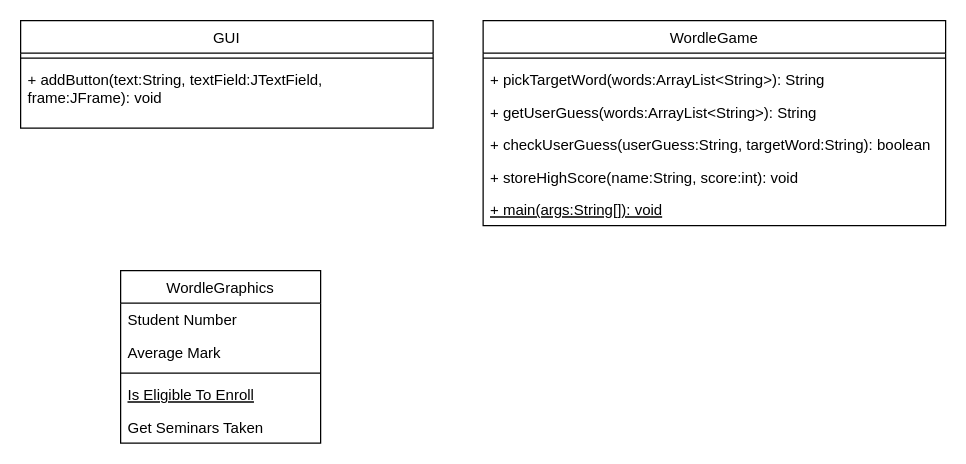
Earlier version of the draw.io diagram Wordle++ UML Diagram.drawio (drewdezco/Wordle). Source tidied: cells renumbered, new cells numbered last; positions are measured from the earlier drawing's top-left corner, leaving out a move shared by most shapes. Both pictures are drawn from the tidied source at 125%, with x=0, y=0 at pixel (20, 20).
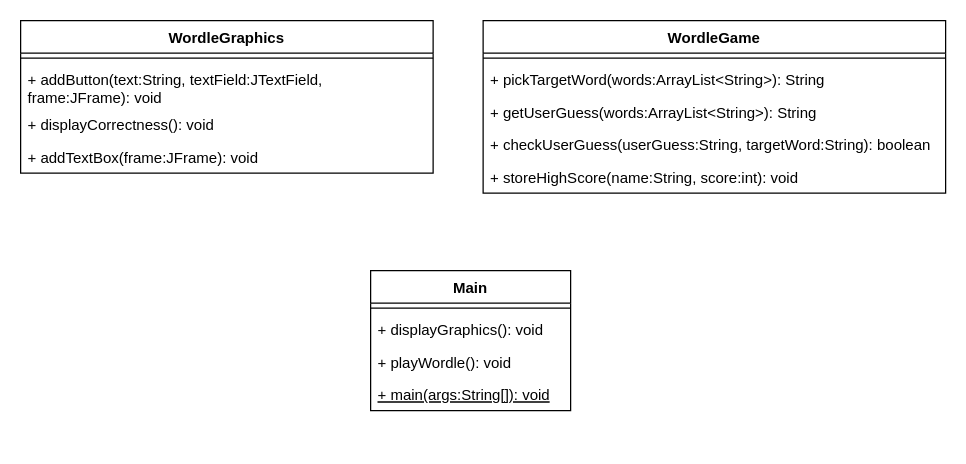
The same page after the edit.

Commit message:
Made changes to UML Diagram: added Main class and methods under WordleGraphics class based on Sarah's outline.

What changed in the source:
```diff
@@
 <mxGraphModel>
   <root>
     <mxCell id="0" />
     <mxCell id="1" parent="0" />
-    <mxCell id="2" value="WordleGraphics" style="swimlane;fontStyle=0;align=center;verticalAlign=top;horizontal=1;startSize=26;rounded=0;shadow=0;strokeWidth=1;" parent="1" vertex="1">
-      <mxGeometry x="80" y="200" width="160" height="138" as="geometry" />
-    </mxCell>
-    <mxCell id="3" value="Student Number" style="text;align=left;verticalAlign=top;spacingLeft=4;spacingRight=4;overflow=hidden;" parent="2" vertex="1">
-      <mxGeometry y="26" width="160" height="26" as="geometry" />
-    </mxCell>
-    <mxCell id="4" value="Average Mark" style="text;align=left;verticalAlign=top;spacingLeft=4;spacingRight=4;overflow=hidden;rounded=0;shadow=0;html=0;" parent="2" vertex="1">
-      <mxGeometry y="52" width="160" height="26" as="geometry" />
-    </mxCell>
-    <mxCell id="5" style="line;html=1;strokeWidth=1;align=left;verticalAlign=middle;spacingTop=-1;spacingLeft=3;spacingRight=3;labelPosition=right;" parent="2" vertex="1">
-      <mxGeometry y="78" width="160" height="8" as="geometry" />
-    </mxCell>
-    <mxCell id="6" value="Is Eligible To Enroll" style="text;align=left;verticalAlign=top;spacingLeft=4;spacingRight=4;overflow=hidden;fontStyle=4;" parent="2" vertex="1">
-      <mxGeometry y="86" width="160" height="26" as="geometry" />
-    </mxCell>
-    <mxCell id="7" value="Get Seminars Taken" style="text;align=left;verticalAlign=top;spacingLeft=4;spacingRight=4;overflow=hidden;" parent="2" vertex="1">
-      <mxGeometry y="112" width="160" height="26" as="geometry" />
-    </mxCell>
-    <mxCell id="8" value="GUI" style="swimlane;fontStyle=0;align=center;verticalAlign=top;horizontal=1;startSize=26;rounded=0;shadow=0;strokeWidth=1;" parent="1" vertex="1">
-      <mxGeometry width="330" height="86" as="geometry" />
+    <mxCell id="8" value="WordleGraphics" style="swimlane;fontStyle=1;align=center;verticalAlign=top;horizontal=1;startSize=26;rounded=0;shadow=0;strokeWidth=1;" parent="1" vertex="1">
+      <mxGeometry width="330" height="122" as="geometry" />
     </mxCell>
     <mxCell id="9" style="line;html=1;strokeWidth=1;align=left;verticalAlign=middle;spacingTop=-1;spacingLeft=3;spacingRight=3;labelPosition=right;" parent="8" vertex="1">
       <mxGeometry y="26" width="330" height="8" as="geometry" />
     </mxCell>
     <mxCell id="10" value="+ addButton(text:String, textField:JTextField,&#10;frame:JFrame): void" style="text;strokeColor=none;fillColor=none;align=left;verticalAlign=top;spacingLeft=4;spacingRight=4;overflow=hidden;" parent="8" vertex="1">
       <mxGeometry y="34" width="330" height="36" as="geometry" />
     </mxCell>
+    <mxCell id="18" value="+ displayCorrectness(): void" style="text;strokeColor=none;fillColor=none;align=left;verticalAlign=top;spacingLeft=4;spacingRight=4;overflow=hidden;" parent="8" vertex="1">
+      <mxGeometry y="70" width="330" height="26" as="geometry" />
+    </mxCell>
+    <mxCell id="19" value="+ addTextBox(frame:JFrame): void" style="text;strokeColor=none;fillColor=none;align=left;verticalAlign=top;spacingLeft=4;spacingRight=4;overflow=hidden;" parent="8" vertex="1">
+      <mxGeometry y="96" width="330" height="26" as="geometry" />
+    </mxCell>
-    <mxCell id="11" value="WordleGame" style="swimlane;fontStyle=0;align=center;verticalAlign=top;horizontal=1;startSize=26;" parent="1" vertex="1">
-      <mxGeometry x="370" width="370" height="164" as="geometry" />
+    <mxCell id="11" value="WordleGame" style="swimlane;fontStyle=1;align=center;verticalAlign=top;horizontal=1;startSize=26;" parent="1" vertex="1">
+      <mxGeometry x="370" width="370" height="138" as="geometry" />
     </mxCell>
     <mxCell id="12" style="line;strokeWidth=1;fillColor=none;align=left;verticalAlign=middle;spacingTop=-1;spacingLeft=3;spacingRight=3;labelPosition=right;strokeColor=inherit;" parent="11" vertex="1">
       <mxGeometry y="26" width="370" height="8" as="geometry" />
     </mxCell>
     <mxCell id="13" value="+ pickTargetWord(words:ArrayList&lt;String&gt;): String" style="text;strokeColor=none;fillColor=none;align=left;verticalAlign=top;spacingLeft=4;spacingRight=4;overflow=hidden;" parent="11" vertex="1">
       <mxGeometry y="34" width="370" height="26" as="geometry" />
     </mxCell>
     <mxCell id="14" value="+ getUserGuess(words:ArrayList&lt;String&gt;): String" style="text;strokeColor=none;fillColor=none;align=left;verticalAlign=top;spacingLeft=4;spacingRight=4;overflow=hidden;" parent="11" vertex="1">
       <mxGeometry y="60" width="370" height="26" as="geometry" />
     </mxCell>
     <mxCell id="15" value="+ checkUserGuess(userGuess:String, targetWord:String): boolean" style="text;strokeColor=none;fillColor=none;align=left;verticalAlign=top;spacingLeft=4;spacingRight=4;overflow=hidden;" parent="11" vertex="1">
       <mxGeometry y="86" width="370" height="26" as="geometry" />
     </mxCell>
     <mxCell id="16" value="+ storeHighScore(name:String, score:int): void" style="text;strokeColor=none;fillColor=none;align=left;verticalAlign=top;spacingLeft=4;spacingRight=4;overflow=hidden;" parent="11" vertex="1">
       <mxGeometry y="112" width="370" height="26" as="geometry" />
     </mxCell>
+    <mxCell id="20" value="Main" style="swimlane;fontStyle=1;align=center;verticalAlign=top;horizontal=1;startSize=26;" parent="1" vertex="1">
+      <mxGeometry x="280" y="200" width="160" height="112" as="geometry" />
+    </mxCell>
+    <mxCell id="21" style="line;strokeWidth=1;fillColor=none;align=left;verticalAlign=middle;spacingTop=-1;spacingLeft=3;spacingRight=3;labelPosition=right;strokeColor=inherit;" parent="20" vertex="1">
+      <mxGeometry y="26" width="160" height="8" as="geometry" />
+    </mxCell>
+    <mxCell id="22" value="+ displayGraphics(): void" style="text;strokeColor=none;fillColor=none;align=left;verticalAlign=top;spacingLeft=4;spacingRight=4;overflow=hidden;" parent="20" vertex="1">
+      <mxGeometry y="34" width="160" height="26" as="geometry" />
+    </mxCell>
+    <mxCell id="23" value="+ playWordle(): void" style="text;strokeColor=none;fillColor=none;align=left;verticalAlign=top;spacingLeft=4;spacingRight=4;overflow=hidden;" parent="20" vertex="1">
+      <mxGeometry y="60" width="160" height="26" as="geometry" />
+    </mxCell>
-    <mxCell id="17" value="+ main(args:String[]): void" style="text;strokeColor=none;fillColor=none;align=left;verticalAlign=top;spacingLeft=4;spacingRight=4;overflow=hidden;fontStyle=4;" parent="11" vertex="1">
-      <mxGeometry y="138" width="370" height="26" as="geometry" />
+    <mxCell id="17" value="+ main(args:String[]): void" style="text;strokeColor=none;fillColor=none;align=left;verticalAlign=top;spacingLeft=4;spacingRight=4;overflow=hidden;fontStyle=4;" parent="20" vertex="1">
+      <mxGeometry y="86" width="160" height="26" as="geometry" />
     </mxCell>
   </root>
 </mxGraphModel>
```
